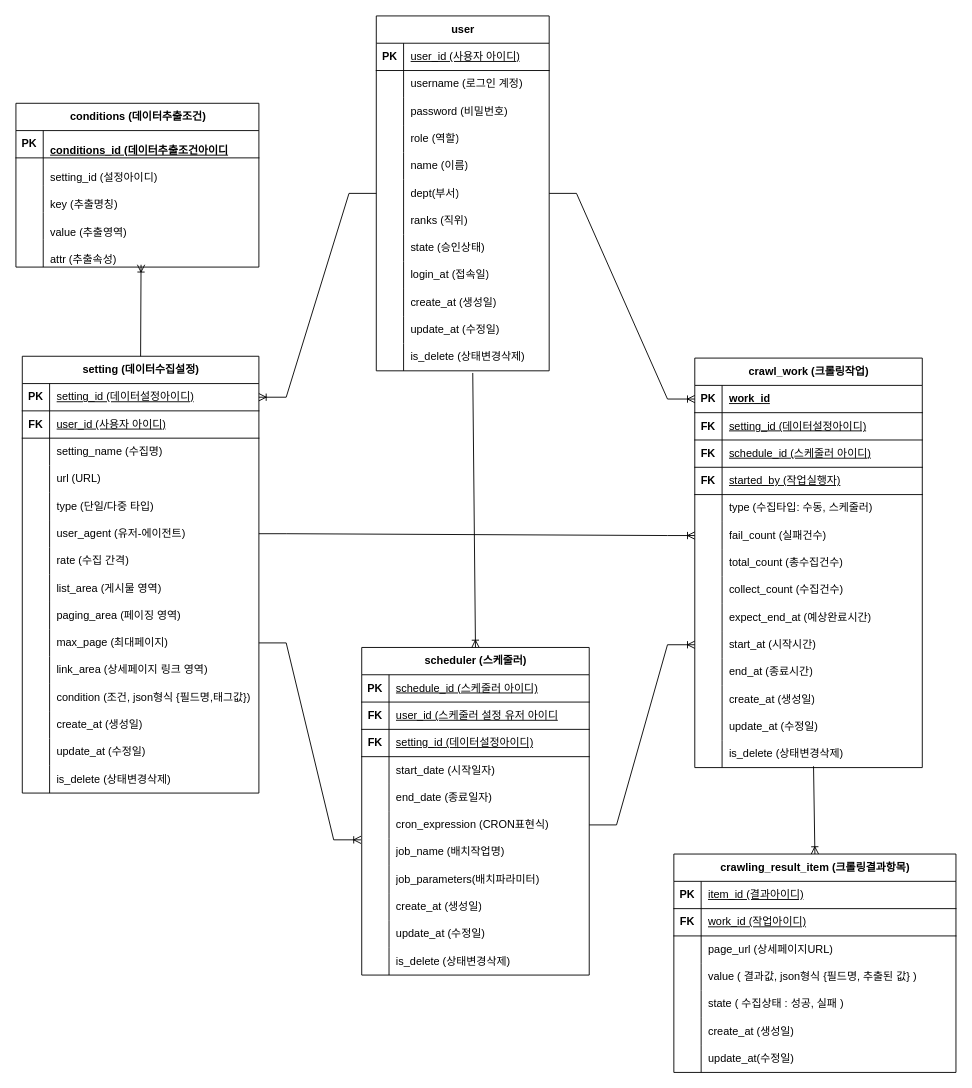
This is 문서/제목 없는 다이어그램.drawio from pky6147/ksis, a draw.io file, before an edit. Source tidied: cells renumbered, new cells numbered last; positions are measured from the earlier drawing's top-left corner, leaving out a move shared by most shapes. Both pictures are drawn from the tidied source at 91%, with x=0, y=0 at pixel (15, 15).
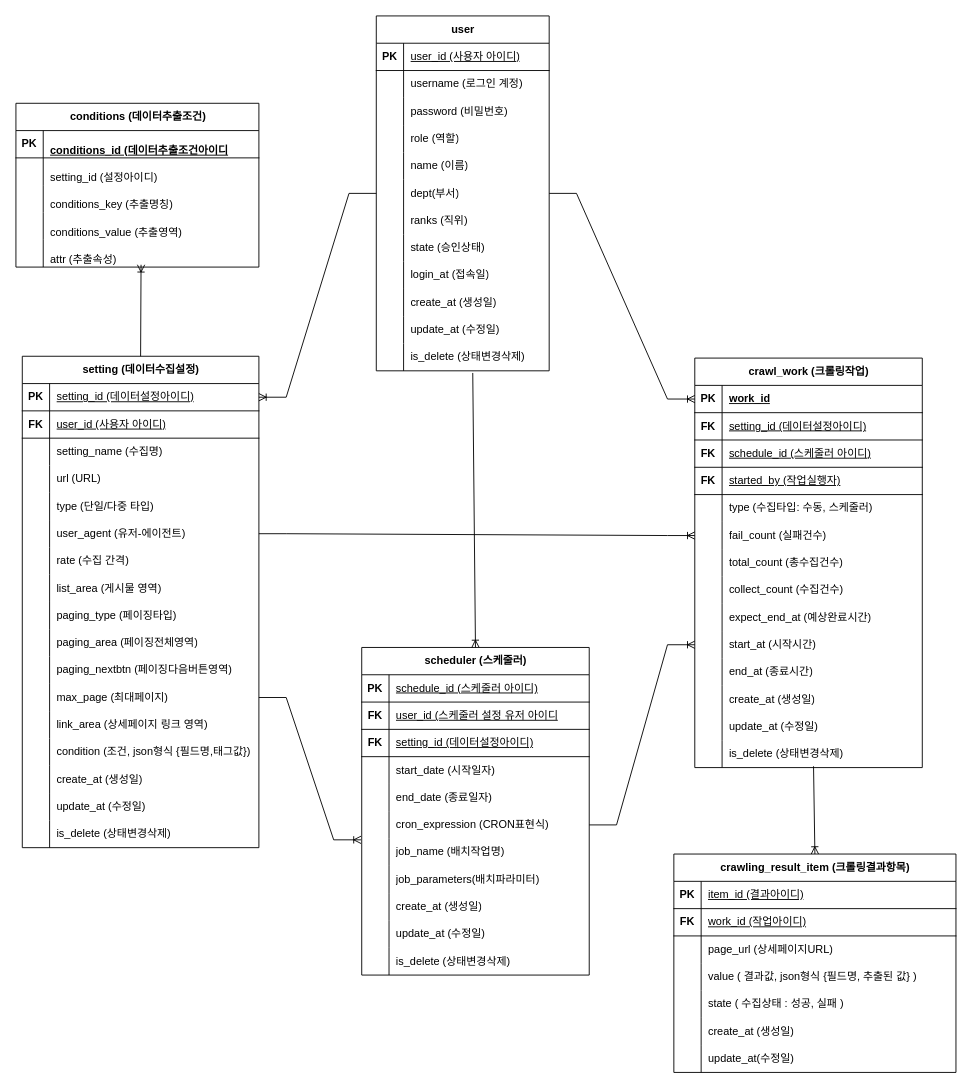
After the change.

The change refers to these unchanged cells:
```xml
<mxCell id="191" style="shape=tableRow;horizontal=0;startSize=0;swimlaneHead=0;swimlaneBody=0;fillColor=none;top=0;left=0;right=0;bottom=0;" parent="184" vertex="1">
  <mxGeometry y="90" width="267" height="30" as="geometry" />
</mxCell>
<mxCell id="194" style="shape=tableRow;horizontal=0;startSize=0;swimlaneHead=0;swimlaneBody=0;fillColor=none;top=0;left=0;right=0;bottom=0;" parent="184" vertex="1">
  <mxGeometry y="120" width="267" height="30" as="geometry" />
</mxCell>
```

Change to the diagram source:
```diff
@@
     <mxCell id="39" value="setting (데이터수집설정)" style="shape=table;startSize=30;childLayout=tableLayout;rowLines=0;fontStyle=1;align=center;html=1;" parent="1" vertex="1">
-      <mxGeometry x="7" y="374" width="260" height="480" as="geometry" />
+      <mxGeometry x="7" y="374" width="260" height="540" as="geometry" />
     </mxCell>
@@
+    <mxCell id="208" style="shape=tableRow;horizontal=0;startSize=0;swimlaneHead=0;swimlaneBody=0;fillColor=none;top=0;left=0;right=0;bottom=0;" parent="39" vertex="1">
+      <mxGeometry y="270" width="260" height="30" as="geometry" />
+    </mxCell>
+    <mxCell id="209" style="shape=partialRectangle;fillColor=none;top=0;left=0;bottom=0;right=0;overflow=hidden;whiteSpace=wrap;html=1;" parent="208" vertex="1">
+      <mxGeometry width="30" height="30" as="geometry" />
+    </mxCell>
+    <mxCell id="210" value="paging_type (페이징타입)" style="shape=partialRectangle;fillColor=none;top=0;left=0;bottom=0;right=0;align=left;spacingLeft=6;overflow=hidden;whiteSpace=wrap;html=1;" parent="208" vertex="1">
+      <mxGeometry x="30" width="230" height="30" as="geometry" />
+    </mxCell>
     <mxCell id="64" style="shape=tableRow;horizontal=0;startSize=0;swimlaneHead=0;swimlaneBody=0;fillColor=none;top=0;left=0;right=0;bottom=0;" parent="39" vertex="1">
-      <mxGeometry y="270" width="260" height="30" as="geometry" />
+      <mxGeometry y="300" width="260" height="30" as="geometry" />
     </mxCell>
@@
-    <mxCell id="66" value="paging_area (페이징 영역)" style="shape=partialRectangle;fillColor=none;top=0;left=0;bottom=0;right=0;align=left;spacingLeft=6;overflow=hidden;whiteSpace=wrap;html=1;" parent="64" vertex="1">
+    <mxCell id="66" value="paging_area (페이징전체영역)" style="shape=partialRectangle;fillColor=none;top=0;left=0;bottom=0;right=0;align=left;spacingLeft=6;overflow=hidden;whiteSpace=wrap;html=1;" parent="64" vertex="1">
       <mxGeometry x="30" width="230" height="30" as="geometry" />
     </mxCell>
+    <mxCell id="211" style="shape=tableRow;horizontal=0;startSize=0;swimlaneHead=0;swimlaneBody=0;fillColor=none;top=0;left=0;right=0;bottom=0;" parent="39" vertex="1">
+      <mxGeometry y="330" width="260" height="30" as="geometry" />
+    </mxCell>
+    <mxCell id="212" style="shape=partialRectangle;fillColor=none;top=0;left=0;bottom=0;right=0;overflow=hidden;whiteSpace=wrap;html=1;" parent="211" vertex="1">
+      <mxGeometry width="30" height="30" as="geometry" />
+    </mxCell>
+    <mxCell id="213" value="paging_nextbtn (페이징다음버튼영역)" style="shape=partialRectangle;fillColor=none;top=0;left=0;bottom=0;right=0;align=left;spacingLeft=6;overflow=hidden;whiteSpace=wrap;html=1;" parent="211" vertex="1">
+      <mxGeometry x="30" width="230" height="30" as="geometry" />
+    </mxCell>
     <mxCell id="67" style="shape=tableRow;horizontal=0;startSize=0;swimlaneHead=0;swimlaneBody=0;fillColor=none;points=[[0,0.5],[1,0.5]];portConstraint=eastwest;top=0;left=0;right=0;bottom=0;" parent="39" vertex="1">
-      <mxGeometry y="300" width="260" height="30" as="geometry" />
+      <mxGeometry y="360" width="260" height="30" as="geometry" />
     </mxCell>
@@
     <mxCell id="70" style="shape=tableRow;horizontal=0;startSize=0;swimlaneHead=0;swimlaneBody=0;fillColor=none;top=0;left=0;right=0;bottom=0;" parent="39" vertex="1">
-      <mxGeometry y="330" width="260" height="30" as="geometry" />
+      <mxGeometry y="390" width="260" height="30" as="geometry" />
     </mxCell>
@@
     <mxCell id="73" style="shape=tableRow;horizontal=0;startSize=0;swimlaneHead=0;swimlaneBody=0;fillColor=none;top=0;left=0;right=0;bottom=0;" parent="39" vertex="1">
-      <mxGeometry y="360" width="260" height="30" as="geometry" />
+      <mxGeometry y="420" width="260" height="30" as="geometry" />
     </mxCell>
@@
     <mxCell id="76" style="shape=tableRow;horizontal=0;startSize=0;swimlaneHead=0;swimlaneBody=0;fillColor=none;top=0;left=0;right=0;bottom=0;" parent="39" vertex="1">
-      <mxGeometry y="390" width="260" height="30" as="geometry" />
+      <mxGeometry y="450" width="260" height="30" as="geometry" />
     </mxCell>
@@
     <mxCell id="79" style="shape=tableRow;horizontal=0;startSize=0;swimlaneHead=0;swimlaneBody=0;fillColor=none;top=0;left=0;right=0;bottom=0;" parent="39" vertex="1">
-      <mxGeometry y="420" width="260" height="30" as="geometry" />
+      <mxGeometry y="480" width="260" height="30" as="geometry" />
     </mxCell>
@@
     <mxCell id="82" style="shape=tableRow;horizontal=0;startSize=0;swimlaneHead=0;swimlaneBody=0;fillColor=none;top=0;left=0;right=0;bottom=0;" parent="39" vertex="1">
-      <mxGeometry y="450" width="260" height="30" as="geometry" />
+      <mxGeometry y="510" width="260" height="30" as="geometry" />
     </mxCell>
@@
-    <mxCell id="193" value="&lt;p class=&quot;1&quot; style=&quot;text-align:center;mso-pagination:none;text-autospace:none;mso-padding-alt:0pt 0pt 0pt 0pt;&quot;&gt;&lt;span lang=&quot;EN-US&quot; style=&quot;mso-fareast-font-family:맑은 고딕;mso-font-width:100%;letter-spacing:0pt;mso-text-raise:0pt;&quot;&gt;key (추출명칭)&lt;/span&gt;&lt;/p&gt;&lt;div id=&quot;hwpEditorBoardContent&quot; class=&quot;hwp_editor_board_content&quot;&gt;&lt;/div&gt;" style="shape=partialRectangle;fillColor=none;top=0;left=0;bottom=0;right=0;align=left;spacingLeft=6;overflow=hidden;whiteSpace=wrap;html=1;" parent="191" vertex="1">
+    <mxCell id="193" value="&lt;p class=&quot;1&quot; style=&quot;text-align:center;mso-pagination:none;text-autospace:none;mso-padding-alt:0pt 0pt 0pt 0pt;&quot;&gt;&lt;span lang=&quot;EN-US&quot; style=&quot;mso-fareast-font-family:맑은 고딕;mso-font-width:100%;letter-spacing:0pt;mso-text-raise:0pt;&quot;&gt;conditions_key (추출명칭)&lt;/span&gt;&lt;/p&gt;&lt;div id=&quot;hwpEditorBoardContent&quot; class=&quot;hwp_editor_board_content&quot;&gt;&lt;/div&gt;" style="shape=partialRectangle;fillColor=none;top=0;left=0;bottom=0;right=0;align=left;spacingLeft=6;overflow=hidden;whiteSpace=wrap;html=1;" parent="191" vertex="1">
       <mxGeometry x="30" width="237" height="30" as="geometry" />
     </mxCell>
@@
-    <mxCell id="196" value="&lt;p class=&quot;1&quot; style=&quot;text-align:center;mso-pagination:none;text-autospace:none;mso-padding-alt:0pt 0pt 0pt 0pt;&quot;&gt;&lt;span lang=&quot;EN-US&quot; style=&quot;mso-fareast-font-family:맑은 고딕;mso-font-width:100%;letter-spacing:0pt;mso-text-raise:0pt;&quot;&gt;value (추출영역)&lt;/span&gt;&lt;/p&gt;&lt;div id=&quot;hwpEditorBoardContent&quot; class=&quot;hwp_editor_board_content&quot;&gt;&lt;/div&gt;" style="shape=partialRectangle;fillColor=none;top=0;left=0;bottom=0;right=0;align=left;spacingLeft=6;overflow=hidden;whiteSpace=wrap;html=1;" parent="194" vertex="1">
+    <mxCell id="196" value="&lt;p class=&quot;1&quot; style=&quot;text-align:center;mso-pagination:none;text-autospace:none;mso-padding-alt:0pt 0pt 0pt 0pt;&quot;&gt;&lt;span lang=&quot;EN-US&quot; style=&quot;mso-fareast-font-family:맑은 고딕;mso-font-width:100%;letter-spacing:0pt;mso-text-raise:0pt;&quot;&gt;conditions_value (추출영역)&lt;/span&gt;&lt;/p&gt;&lt;div id=&quot;hwpEditorBoardContent&quot; class=&quot;hwp_editor_board_content&quot;&gt;&lt;/div&gt;" style="shape=partialRectangle;fillColor=none;top=0;left=0;bottom=0;right=0;align=left;spacingLeft=6;overflow=hidden;whiteSpace=wrap;html=1;" parent="194" vertex="1">
       <mxGeometry x="30" width="237" height="30" as="geometry" />
     </mxCell>
```
